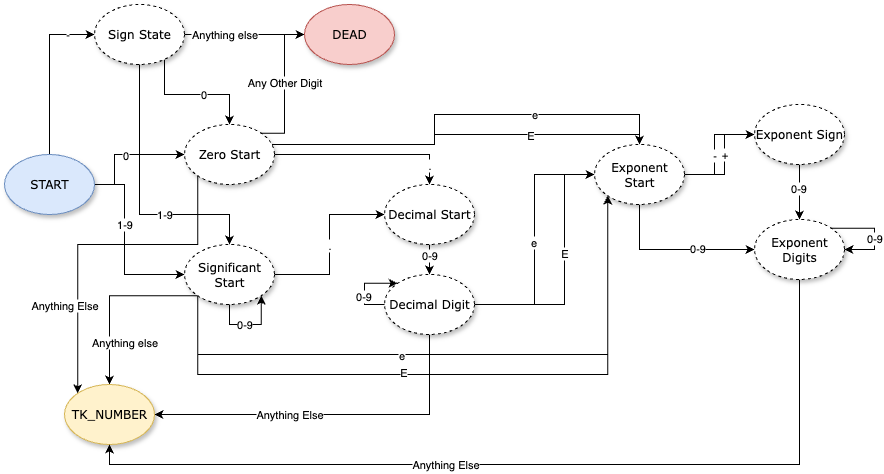
Above: docs/images/TK_NUMBER_StateMachine.png in CagesThrottleUs/cc-json-parser (draw.io), before the change. Source tidied: cells renumbered, new cells last; positions are measured from the earlier drawing's top-left corner, leaving out a move shared by most shapes. Its diagram source:
```xml
<mxGraphModel>
  <root>
    <mxCell id="0" />
    <mxCell id="1" parent="0" />
    <mxCell id="2" style="edgeStyle=orthogonalEdgeStyle;rounded=0;jettySize=auto;html=1;entryX=0;entryY=0.5;entryDx=0;entryDy=0;" parent="1" edge="1" source="8" target="13">
      <mxGeometry relative="1" as="geometry" />
    </mxCell>
    <mxCell id="3" value="-" style="edgeLabel;html=1;align=center;verticalAlign=middle;" parent="2" vertex="1">
      <mxGeometry x="0.67" relative="1" as="geometry" />
    </mxCell>
    <mxCell id="4" style="edgeStyle=orthogonalEdgeStyle;rounded=0;jettySize=auto;html=1;entryX=0;entryY=0.5;entryDx=0;entryDy=0;" parent="1" edge="1" source="8" target="24">
      <mxGeometry relative="1" as="geometry">
        <Array as="points">
          <mxPoint x="110" y="180" />
          <mxPoint x="110" y="150" />
        </Array>
      </mxGeometry>
    </mxCell>
    <mxCell id="5" value="0" style="edgeLabel;html=1;align=center;verticalAlign=middle;" parent="4" vertex="1">
      <mxGeometry x="0.01" y="-1" relative="1" as="geometry" />
    </mxCell>
    <mxCell id="6" style="edgeStyle=orthogonalEdgeStyle;rounded=0;jettySize=auto;html=1;entryX=0;entryY=0.5;entryDx=0;entryDy=0;" parent="1" edge="1" source="8" target="33">
      <mxGeometry relative="1" as="geometry">
        <Array as="points">
          <mxPoint x="120" y="180" />
          <mxPoint x="120" y="270" />
        </Array>
      </mxGeometry>
    </mxCell>
    <mxCell id="7" value="1-9" style="edgeLabel;html=1;align=center;verticalAlign=middle;" parent="6" vertex="1">
      <mxGeometry x="-0.01" relative="1" as="geometry">
        <mxPoint y="-20" as="offset" />
      </mxGeometry>
    </mxCell>
    <mxCell id="8" value="START" style="ellipse;whiteSpace=wrap;html=1;rounded=0;shadow=1;comic=0;labelBackgroundColor=none;strokeWidth=1;fontFamily=Verdana;fontSize=12;align=center;fillColor=#dae8fc;strokeColor=#6c8ebf;" parent="1" vertex="1">
      <mxGeometry y="150" width="90" height="60" as="geometry" />
    </mxCell>
    <mxCell id="9" style="edgeStyle=orthogonalEdgeStyle;rounded=0;jettySize=auto;html=1;entryX=0.5;entryY=0;entryDx=0;entryDy=0;" parent="1" edge="1" source="13" target="24">
      <mxGeometry relative="1" as="geometry">
        <Array as="points">
          <mxPoint x="160" y="90" />
          <mxPoint x="225" y="90" />
        </Array>
      </mxGeometry>
    </mxCell>
    <mxCell id="10" value="0" style="edgeLabel;html=1;align=center;verticalAlign=middle;" parent="9" vertex="1">
      <mxGeometry x="0.14" relative="1" as="geometry" />
    </mxCell>
    <mxCell id="11" style="edgeStyle=orthogonalEdgeStyle;rounded=0;jettySize=auto;html=1;entryX=0;entryY=0.5;entryDx=0;entryDy=0;" parent="1" edge="1" source="13" target="36">
      <mxGeometry relative="1" as="geometry" />
    </mxCell>
    <mxCell id="12" value="Anything else" style="edgeLabel;html=1;align=center;verticalAlign=middle;" parent="11" vertex="1">
      <mxGeometry x="-0.34" relative="1" as="geometry" />
    </mxCell>
    <mxCell id="13" value="Sign State" style="ellipse;whiteSpace=wrap;html=1;rounded=0;shadow=1;comic=0;labelBackgroundColor=none;strokeWidth=1;fontFamily=Verdana;fontSize=12;align=center;dashed=1;" parent="1" vertex="1">
      <mxGeometry x="90" width="90" height="60" as="geometry" />
    </mxCell>
    <mxCell id="14" style="edgeStyle=orthogonalEdgeStyle;rounded=0;jettySize=auto;html=1;exitX=1;exitY=0;exitDx=0;exitDy=0;entryX=0;entryY=0.5;entryDx=0;entryDy=0;" parent="1" edge="1" source="24" target="36">
      <mxGeometry relative="1" as="geometry">
        <Array as="points">
          <mxPoint x="280" y="129" />
          <mxPoint x="280" y="30" />
        </Array>
      </mxGeometry>
    </mxCell>
    <mxCell id="15" value="Any Other Digit" style="edgeLabel;html=1;align=center;verticalAlign=middle;" parent="14" vertex="1">
      <mxGeometry x="0.04" relative="1" as="geometry" />
    </mxCell>
    <mxCell id="16" style="edgeStyle=orthogonalEdgeStyle;rounded=0;jettySize=auto;html=1;entryX=0.5;entryY=0;entryDx=0;entryDy=0;" parent="1" edge="1" source="24" target="39">
      <mxGeometry relative="1" as="geometry" />
    </mxCell>
    <mxCell id="17" value="." style="edgeLabel;html=1;align=center;verticalAlign=middle;" parent="16" vertex="1">
      <mxGeometry x="0.79" relative="1" as="geometry" />
    </mxCell>
    <mxCell id="18" style="edgeStyle=orthogonalEdgeStyle;rounded=0;jettySize=auto;html=1;entryX=0.5;entryY=0;entryDx=0;entryDy=0;" parent="1" edge="1" source="24" target="55">
      <mxGeometry relative="1" as="geometry">
        <Array as="points">
          <mxPoint x="430" y="140" />
          <mxPoint x="430" y="130" />
          <mxPoint x="635" y="130" />
        </Array>
      </mxGeometry>
    </mxCell>
    <mxCell id="19" value="E" style="edgeLabel;html=1;align=center;verticalAlign=middle;" parent="18" vertex="1">
      <mxGeometry x="0.39" y="-1" relative="1" as="geometry" />
    </mxCell>
    <mxCell id="20" style="edgeStyle=orthogonalEdgeStyle;rounded=0;jettySize=auto;html=1;entryX=0.5;entryY=0;entryDx=0;entryDy=0;" parent="1" edge="1" source="24" target="55">
      <mxGeometry relative="1" as="geometry">
        <Array as="points">
          <mxPoint x="430" y="140" />
          <mxPoint x="430" y="110" />
          <mxPoint x="635" y="110" />
        </Array>
      </mxGeometry>
    </mxCell>
    <mxCell id="21" value="e" style="edgeLabel;html=1;align=center;verticalAlign=middle;" parent="20" vertex="1">
      <mxGeometry x="0.37" relative="1" as="geometry" />
    </mxCell>
    <mxCell id="22" style="edgeStyle=orthogonalEdgeStyle;rounded=0;jettySize=auto;html=1;exitX=0;exitY=1;exitDx=0;exitDy=0;entryX=0;entryY=0;entryDx=0;entryDy=0;strokeColor=light-dark(#000000, #32b532);" parent="1" edge="1" source="24" target="58">
      <mxGeometry relative="1" as="geometry">
        <Array as="points">
          <mxPoint x="193" y="240" />
          <mxPoint x="73" y="240" />
        </Array>
      </mxGeometry>
    </mxCell>
    <mxCell id="23" value="Anything Else" style="edgeLabel;html=1;align=center;verticalAlign=middle;" parent="22" vertex="1">
      <mxGeometry x="0.46" y="-1" relative="1" as="geometry">
        <mxPoint x="-12" y="3" as="offset" />
      </mxGeometry>
    </mxCell>
    <mxCell id="24" value="Zero Start" style="ellipse;whiteSpace=wrap;html=1;rounded=0;shadow=1;comic=0;labelBackgroundColor=none;strokeWidth=1;fontFamily=Verdana;fontSize=12;align=center;dashed=1;" parent="1" vertex="1">
      <mxGeometry x="180" y="120" width="90" height="60" as="geometry" />
    </mxCell>
    <mxCell id="25" style="edgeStyle=orthogonalEdgeStyle;rounded=0;jettySize=auto;html=1;entryX=0;entryY=0.5;entryDx=0;entryDy=0;" parent="1" edge="1" source="33" target="39">
      <mxGeometry relative="1" as="geometry" />
    </mxCell>
    <mxCell id="26" value="." style="edgeLabel;html=1;align=center;verticalAlign=middle;" parent="25" vertex="1">
      <mxGeometry relative="1" as="geometry" />
    </mxCell>
    <mxCell id="27" style="edgeStyle=orthogonalEdgeStyle;rounded=0;jettySize=auto;html=1;exitX=0;exitY=1;exitDx=0;exitDy=0;entryX=0;entryY=1;entryDx=0;entryDy=0;" parent="1" edge="1" source="33" target="55">
      <mxGeometry relative="1" as="geometry">
        <Array as="points">
          <mxPoint x="193" y="350" />
          <mxPoint x="603" y="350" />
        </Array>
      </mxGeometry>
    </mxCell>
    <mxCell id="28" value="e" style="edgeLabel;html=1;align=center;verticalAlign=middle;" parent="27" vertex="1">
      <mxGeometry x="-0.16" y="-1" relative="1" as="geometry" />
    </mxCell>
    <mxCell id="29" style="edgeStyle=orthogonalEdgeStyle;rounded=0;jettySize=auto;html=1;exitX=0;exitY=1;exitDx=0;exitDy=0;entryX=0;entryY=1;entryDx=0;entryDy=0;" parent="1" edge="1" source="33" target="55">
      <mxGeometry relative="1" as="geometry">
        <Array as="points">
          <mxPoint x="193" y="370" />
          <mxPoint x="603" y="370" />
        </Array>
      </mxGeometry>
    </mxCell>
    <mxCell id="30" value="E" style="edgeLabel;html=1;align=center;verticalAlign=middle;" parent="29" vertex="1">
      <mxGeometry x="-0.15" y="1" relative="1" as="geometry">
        <mxPoint y="-1" as="offset" />
      </mxGeometry>
    </mxCell>
    <mxCell id="31" style="edgeStyle=orthogonalEdgeStyle;rounded=0;jettySize=auto;html=1;exitX=0;exitY=1;exitDx=0;exitDy=0;entryX=0.5;entryY=0;entryDx=0;entryDy=0;" parent="1" edge="1" source="33" target="58">
      <mxGeometry relative="1" as="geometry" />
    </mxCell>
    <mxCell id="32" value="Anything else" style="edgeLabel;html=1;align=center;verticalAlign=middle;" parent="31" vertex="1">
      <mxGeometry x="0.52" relative="1" as="geometry">
        <mxPoint x="15" as="offset" />
      </mxGeometry>
    </mxCell>
    <mxCell id="33" value="Significant Start" style="ellipse;whiteSpace=wrap;html=1;rounded=0;shadow=1;comic=0;labelBackgroundColor=none;strokeWidth=1;fontFamily=Verdana;fontSize=12;align=center;dashed=1;" parent="1" vertex="1">
      <mxGeometry x="180" y="240" width="90" height="60" as="geometry" />
    </mxCell>
    <mxCell id="34" style="edgeStyle=orthogonalEdgeStyle;rounded=0;jettySize=auto;html=1;entryX=0.5;entryY=0;entryDx=0;entryDy=0;strokeColor=light-dark(#000000, #d4d4ff);" parent="1" edge="1" source="13" target="33">
      <mxGeometry relative="1" as="geometry">
        <Array as="points">
          <mxPoint x="135" y="210" />
          <mxPoint x="225" y="210" />
        </Array>
      </mxGeometry>
    </mxCell>
    <mxCell id="35" value="1-9" style="edgeLabel;html=1;align=center;verticalAlign=middle;" parent="34" vertex="1">
      <mxGeometry x="0.55" relative="1" as="geometry">
        <mxPoint x="-35" as="offset" />
      </mxGeometry>
    </mxCell>
    <mxCell id="36" value="DEAD" style="ellipse;whiteSpace=wrap;html=1;rounded=0;shadow=1;comic=0;labelBackgroundColor=none;strokeWidth=1;fontFamily=Verdana;fontSize=12;align=center;fillColor=#f8cecc;strokeColor=#b85450;" parent="1" vertex="1">
      <mxGeometry x="300" width="90" height="60" as="geometry" />
    </mxCell>
    <mxCell id="37" style="edgeStyle=orthogonalEdgeStyle;rounded=0;jettySize=auto;html=1;entryX=0.5;entryY=0;entryDx=0;entryDy=0;" parent="1" edge="1" source="39" target="46">
      <mxGeometry relative="1" as="geometry" />
    </mxCell>
    <mxCell id="38" value="0-9" style="edgeLabel;html=1;align=center;verticalAlign=middle;" parent="37" vertex="1">
      <mxGeometry x="0.26" relative="1" as="geometry" />
    </mxCell>
    <mxCell id="39" value="Decimal Start" style="ellipse;whiteSpace=wrap;html=1;rounded=0;shadow=1;comic=0;labelBackgroundColor=none;strokeWidth=1;fontFamily=Verdana;fontSize=12;align=center;dashed=1;" parent="1" vertex="1">
      <mxGeometry x="380" y="180" width="90" height="60" as="geometry" />
    </mxCell>
    <mxCell id="40" style="edgeStyle=orthogonalEdgeStyle;rounded=0;jettySize=auto;html=1;entryX=0;entryY=0.5;entryDx=0;entryDy=0;" parent="1" edge="1" source="46" target="55">
      <mxGeometry relative="1" as="geometry" />
    </mxCell>
    <mxCell id="41" value="e" style="edgeLabel;html=1;align=center;verticalAlign=middle;" parent="40" vertex="1">
      <mxGeometry x="-0.02" y="1" relative="1" as="geometry" />
    </mxCell>
    <mxCell id="42" style="edgeStyle=orthogonalEdgeStyle;rounded=0;jettySize=auto;html=1;entryX=0;entryY=0.5;entryDx=0;entryDy=0;" parent="1" edge="1" source="46" target="55">
      <mxGeometry relative="1" as="geometry">
        <Array as="points">
          <mxPoint x="560" y="300" />
          <mxPoint x="560" y="170" />
        </Array>
      </mxGeometry>
    </mxCell>
    <mxCell id="43" value="E" style="edgeLabel;html=1;align=center;verticalAlign=middle;" parent="42" vertex="1">
      <mxGeometry x="0.13" relative="1" as="geometry" />
    </mxCell>
    <mxCell id="44" style="edgeStyle=orthogonalEdgeStyle;rounded=0;jettySize=auto;html=1;entryX=1;entryY=0.5;entryDx=0;entryDy=0;" parent="1" edge="1" source="46" target="58">
      <mxGeometry relative="1" as="geometry">
        <Array as="points">
          <mxPoint x="425" y="410" />
        </Array>
      </mxGeometry>
    </mxCell>
    <mxCell id="45" value="Anything Else" style="edgeLabel;html=1;align=center;verticalAlign=middle;" parent="44" vertex="1">
      <mxGeometry x="0.24" relative="1" as="geometry" />
    </mxCell>
    <mxCell id="46" value="Decimal Digit" style="ellipse;whiteSpace=wrap;html=1;rounded=0;shadow=1;comic=0;labelBackgroundColor=none;strokeWidth=1;fontFamily=Verdana;fontSize=12;align=center;dashed=1;" parent="1" vertex="1">
      <mxGeometry x="380" y="270" width="90" height="60" as="geometry" />
    </mxCell>
    <mxCell id="47" style="edgeStyle=orthogonalEdgeStyle;rounded=0;orthogonalLoop=1;jettySize=auto;html=1;exitX=0;exitY=0.5;exitDx=0;exitDy=0;entryX=0;entryY=0;entryDx=0;entryDy=0;" parent="1" edge="1" source="46" target="46">
      <mxGeometry relative="1" as="geometry">
        <Array as="points">
          <mxPoint x="360" y="300" />
          <mxPoint x="360" y="279" />
        </Array>
      </mxGeometry>
    </mxCell>
    <mxCell id="48" value="0-9" style="edgeLabel;html=1;align=center;verticalAlign=middle;" parent="47" vertex="1">
      <mxGeometry x="-0.24" y="1" relative="1" as="geometry" />
    </mxCell>
    <mxCell id="49" style="edgeStyle=orthogonalEdgeStyle;rounded=0;jettySize=auto;html=1;entryX=0;entryY=0.5;entryDx=0;entryDy=0;" parent="1" edge="1" source="55" target="64">
      <mxGeometry relative="1" as="geometry">
        <Array as="points">
          <mxPoint x="635" y="245" />
        </Array>
      </mxGeometry>
    </mxCell>
    <mxCell id="50" value="0-9" style="edgeLabel;html=1;align=center;verticalAlign=middle;" parent="49" vertex="1">
      <mxGeometry x="0.28" y="1" relative="1" as="geometry" />
    </mxCell>
    <mxCell id="51" style="edgeStyle=orthogonalEdgeStyle;rounded=0;jettySize=auto;html=1;entryX=0;entryY=0.5;entryDx=0;entryDy=0;" parent="1" edge="1" source="55" target="61">
      <mxGeometry relative="1" as="geometry">
        <Array as="points">
          <mxPoint x="720" y="170" />
          <mxPoint x="720" y="130" />
        </Array>
      </mxGeometry>
    </mxCell>
    <mxCell id="52" value="+" style="edgeLabel;html=1;align=center;verticalAlign=middle;" parent="51" vertex="1">
      <mxGeometry x="0.1" relative="1" as="geometry" />
    </mxCell>
    <mxCell id="53" style="edgeStyle=orthogonalEdgeStyle;rounded=0;jettySize=auto;html=1;entryX=0;entryY=0.5;entryDx=0;entryDy=0;" parent="1" edge="1" source="55" target="61">
      <mxGeometry relative="1" as="geometry">
        <Array as="points">
          <mxPoint x="710" y="170" />
          <mxPoint x="710" y="130" />
        </Array>
      </mxGeometry>
    </mxCell>
    <mxCell id="54" value="-" style="edgeLabel;html=1;align=center;verticalAlign=middle;" parent="53" vertex="1">
      <mxGeometry x="-0.1" relative="1" as="geometry" />
    </mxCell>
    <mxCell id="55" value="Exponent Start" style="ellipse;whiteSpace=wrap;html=1;rounded=0;shadow=1;comic=0;labelBackgroundColor=none;strokeWidth=1;fontFamily=Verdana;fontSize=12;align=center;dashed=1;" parent="1" vertex="1">
      <mxGeometry x="590" y="140" width="90" height="60" as="geometry" />
    </mxCell>
    <mxCell id="56" style="edgeStyle=orthogonalEdgeStyle;rounded=0;orthogonalLoop=1;jettySize=auto;html=1;entryX=1;entryY=1;entryDx=0;entryDy=0;" parent="1" edge="1" source="33" target="33">
      <mxGeometry relative="1" as="geometry">
        <Array as="points">
          <mxPoint x="225" y="320" />
          <mxPoint x="257" y="320" />
        </Array>
      </mxGeometry>
    </mxCell>
    <mxCell id="57" value="0-9" style="edgeLabel;html=1;align=center;verticalAlign=middle;" parent="56" vertex="1">
      <mxGeometry x="-0.13" relative="1" as="geometry" />
    </mxCell>
    <mxCell id="58" value="TK_NUMBER" style="ellipse;whiteSpace=wrap;html=1;rounded=0;shadow=1;comic=0;labelBackgroundColor=none;strokeWidth=1;fontFamily=Verdana;fontSize=12;align=center;fillColor=#fff2cc;strokeColor=#d6b656;" parent="1" vertex="1">
      <mxGeometry x="60" y="380" width="90" height="60" as="geometry" />
    </mxCell>
    <mxCell id="59" style="edgeStyle=orthogonalEdgeStyle;rounded=0;jettySize=auto;html=1;entryX=0.5;entryY=0;entryDx=0;entryDy=0;" parent="1" edge="1" source="61" target="64">
      <mxGeometry relative="1" as="geometry" />
    </mxCell>
    <mxCell id="60" value="0-9" style="edgeLabel;html=1;align=center;verticalAlign=middle;" parent="59" vertex="1">
      <mxGeometry x="-0.15" y="-1" relative="1" as="geometry" />
    </mxCell>
    <mxCell id="61" value="Exponent Sign" style="ellipse;whiteSpace=wrap;html=1;rounded=0;shadow=1;comic=0;labelBackgroundColor=none;strokeWidth=1;fontFamily=Verdana;fontSize=12;align=center;dashed=1;" parent="1" vertex="1">
      <mxGeometry x="750" y="100" width="90" height="60" as="geometry" />
    </mxCell>
    <mxCell id="62" style="edgeStyle=orthogonalEdgeStyle;rounded=0;jettySize=auto;html=1;entryX=0.5;entryY=1;entryDx=0;entryDy=0;" parent="1" edge="1" source="64" target="58">
      <mxGeometry relative="1" as="geometry">
        <Array as="points">
          <mxPoint x="795" y="460" />
          <mxPoint x="105" y="460" />
        </Array>
      </mxGeometry>
    </mxCell>
    <mxCell id="63" value="Anything Else" style="edgeLabel;html=1;align=center;verticalAlign=middle;" parent="62" vertex="1">
      <mxGeometry x="0.21" relative="1" as="geometry" />
    </mxCell>
    <mxCell id="64" value="Exponent Digits" style="ellipse;whiteSpace=wrap;html=1;rounded=0;shadow=1;comic=0;labelBackgroundColor=none;strokeWidth=1;fontFamily=Verdana;fontSize=12;align=center;dashed=1;" parent="1" vertex="1">
      <mxGeometry x="750" y="215" width="90" height="60" as="geometry" />
    </mxCell>
    <mxCell id="65" style="edgeStyle=orthogonalEdgeStyle;rounded=0;orthogonalLoop=1;jettySize=auto;html=1;exitX=1;exitY=0;exitDx=0;exitDy=0;entryX=1;entryY=0.5;entryDx=0;entryDy=0;" parent="1" edge="1" source="64" target="64">
      <mxGeometry relative="1" as="geometry">
        <Array as="points">
          <mxPoint x="870" y="224" />
          <mxPoint x="870" y="245" />
        </Array>
      </mxGeometry>
    </mxCell>
    <mxCell id="66" value="0-9" style="edgeLabel;html=1;align=center;verticalAlign=middle;" parent="65" vertex="1">
      <mxGeometry x="0.11" relative="1" as="geometry" />
    </mxCell>
  </root>
</mxGraphModel>
```
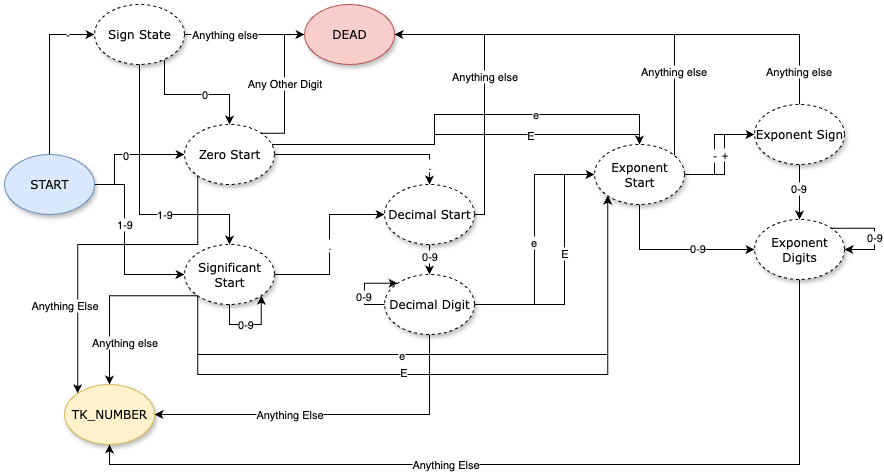
Later version of the same file.

Commit message:
docs(images): update TK_NUMBER State Machine with Dead State connections

Updated the TK_NUMBER State Machine image to include dead state
connections for better clarity and accuracy in the documentation.

Change to the diagram source:
```diff
@@ -175,6 +175,17 @@
     <mxCell id="38" value="0-9" style="edgeLabel;html=1;align=center;verticalAlign=middle;" parent="37" vertex="1">
       <mxGeometry x="0.26" relative="1" as="geometry" />
     </mxCell>
+    <mxCell id="67" style="edgeStyle=orthogonalEdgeStyle;rounded=0;jettySize=auto;html=1;entryX=1;entryY=0.5;entryDx=0;entryDy=0;" parent="1" edge="1" source="39" target="36">
+      <mxGeometry relative="1" as="geometry">
+        <Array as="points">
+          <mxPoint x="480" y="210" />
+          <mxPoint x="480" y="30" />
+        </Array>
+      </mxGeometry>
+    </mxCell>
+    <mxCell id="68" value="Anything else" style="edgeLabel;html=1;align=center;verticalAlign=middle;" parent="67" vertex="1">
+      <mxGeometry x="0.06" relative="1" as="geometry" />
+    </mxCell>
     <mxCell id="39" value="Decimal Start" style="ellipse;whiteSpace=wrap;html=1;rounded=0;shadow=1;comic=0;labelBackgroundColor=none;strokeWidth=1;fontFamily=Verdana;fontSize=12;align=center;dashed=1;" parent="1" vertex="1">
       <mxGeometry x="380" y="180" width="90" height="60" as="geometry" />
     </mxCell>
@@ -251,6 +262,16 @@
     <mxCell id="54" value="-" style="edgeLabel;html=1;align=center;verticalAlign=middle;" parent="53" vertex="1">
       <mxGeometry x="-0.1" relative="1" as="geometry" />
     </mxCell>
+    <mxCell id="69" style="edgeStyle=orthogonalEdgeStyle;rounded=0;jettySize=auto;html=1;entryX=1;entryY=0.5;entryDx=0;entryDy=0;" parent="1" edge="1" source="55" target="36">
+      <mxGeometry relative="1" as="geometry">
+        <Array as="points">
+          <mxPoint x="670" y="30" />
+        </Array>
+      </mxGeometry>
+    </mxCell>
+    <mxCell id="70" value="Anything else" style="edgeLabel;html=1;align=center;verticalAlign=middle;" parent="69" vertex="1">
+      <mxGeometry x="-0.58" y="1" relative="1" as="geometry" />
+    </mxCell>
     <mxCell id="55" value="Exponent Start" style="ellipse;whiteSpace=wrap;html=1;rounded=0;shadow=1;comic=0;labelBackgroundColor=none;strokeWidth=1;fontFamily=Verdana;fontSize=12;align=center;dashed=1;" parent="1" vertex="1">
       <mxGeometry x="590" y="140" width="90" height="60" as="geometry" />
     </mxCell>
@@ -274,6 +295,16 @@
     <mxCell id="60" value="0-9" style="edgeLabel;html=1;align=center;verticalAlign=middle;" parent="59" vertex="1">
       <mxGeometry x="-0.15" y="-1" relative="1" as="geometry" />
     </mxCell>
+    <mxCell id="71" style="edgeStyle=orthogonalEdgeStyle;rounded=0;jettySize=auto;html=1;entryX=1;entryY=0.5;entryDx=0;entryDy=0;" parent="1" edge="1" source="61" target="36">
+      <mxGeometry relative="1" as="geometry">
+        <Array as="points">
+          <mxPoint x="795" y="30" />
+        </Array>
+      </mxGeometry>
+    </mxCell>
+    <mxCell id="72" value="Anything else" style="edgeLabel;html=1;align=center;verticalAlign=middle;" parent="71" vertex="1">
+      <mxGeometry x="-0.86" y="1" relative="1" as="geometry" />
+    </mxCell>
     <mxCell id="61" value="Exponent Sign" style="ellipse;whiteSpace=wrap;html=1;rounded=0;shadow=1;comic=0;labelBackgroundColor=none;strokeWidth=1;fontFamily=Verdana;fontSize=12;align=center;dashed=1;" parent="1" vertex="1">
       <mxGeometry x="750" y="100" width="90" height="60" as="geometry" />
     </mxCell>
```
